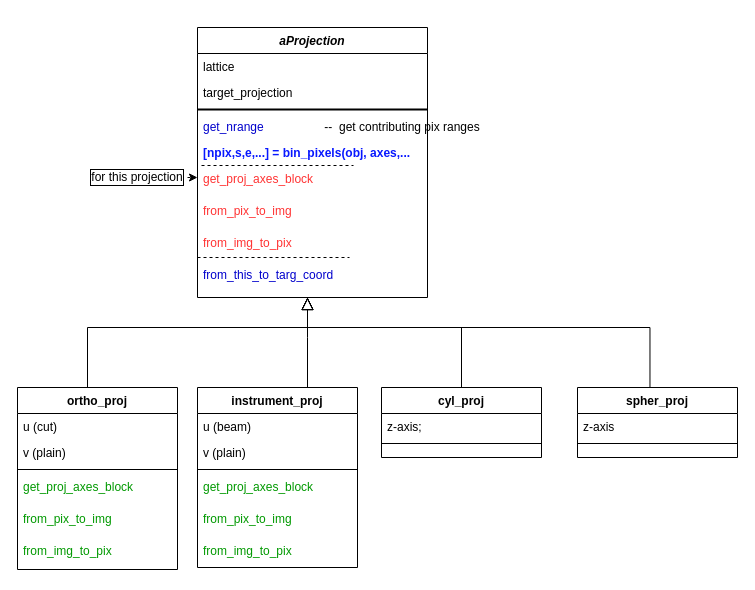
Before: page "Projection" (3 of 9) of documentation/diagrams/sqw-dnd_new.drawio in pace-neutrons/Horace, a draw.io diagram. Source tidied: cells renumbered, new cells numbered last; positions are measured from the earlier drawing's top-left corner, leaving out a move shared by most shapes. Both pictures are drawn from the tidied source at 100%, with x=0, y=0 at pixel (17, 27).
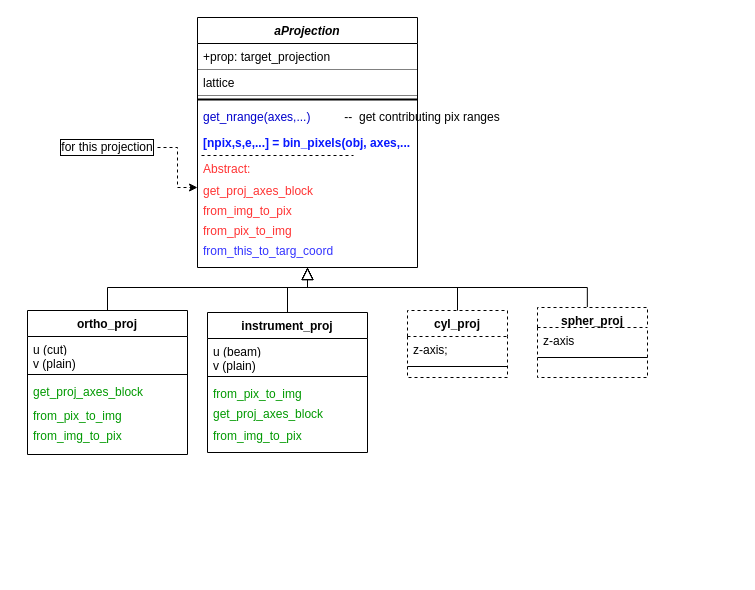
After the change.

Diff of the diagram source:
```diff
@@
     <mxCell id="2" value="aProjection" style="swimlane;fontStyle=3;align=center;verticalAlign=top;horizontal=1;startSize=26;rounded=0;shadow=0;strokeWidth=1;" parent="1" vertex="1">
-      <mxGeometry x="180" width="230" height="270" as="geometry" />
+      <mxGeometry x="180" y="-10" width="220" height="250" as="geometry" />
     </mxCell>
+    <mxCell id="4" value="+prop: target_projection" style="text;align=left;verticalAlign=top;spacingLeft=4;spacingRight=4;overflow=hidden;rounded=0;shadow=0;html=0;dashed=1;dashPattern=1 1;" parent="2" vertex="1">
+      <mxGeometry y="26" width="220" height="26" as="geometry" />
+    </mxCell>
-    <mxCell id="3" value="lattice" style="text;align=left;verticalAlign=top;spacingLeft=4;spacingRight=4;overflow=hidden;" parent="2" vertex="1">
-      <mxGeometry y="26" width="230" height="26" as="geometry" />
+    <mxCell id="3" value="lattice" style="text;align=left;verticalAlign=top;spacingLeft=4;spacingRight=4;overflow=hidden;strokeColor=#000000;dashed=1;dashPattern=1 1;" parent="2" vertex="1">
+      <mxGeometry y="52" width="220" height="26" as="geometry" />
     </mxCell>
-    <mxCell id="4" value="target_projection" style="text;align=left;verticalAlign=top;spacingLeft=4;spacingRight=4;overflow=hidden;rounded=0;shadow=0;html=0;" parent="2" vertex="1">
-      <mxGeometry y="52" width="230" height="26" as="geometry" />
-    </mxCell>
     <mxCell id="5" style="line;html=1;strokeWidth=2;align=left;verticalAlign=middle;spacingTop=-1;spacingLeft=3;spacingRight=3;labelPosition=right;" parent="2" vertex="1">
-      <mxGeometry y="78" width="230" height="8" as="geometry" />
+      <mxGeometry y="78" width="220" height="8" as="geometry" />
     </mxCell>
-    <mxCell id="6" value="get_nrange " style="text;align=left;verticalAlign=top;spacingLeft=4;spacingRight=4;overflow=hidden;fontStyle=0;fontColor=#0000CC;" parent="2" vertex="1">
-      <mxGeometry y="86" width="230" height="26" as="geometry" />
+    <mxCell id="6" value="get_nrange(axes,...)" style="text;align=left;verticalAlign=top;spacingLeft=4;spacingRight=4;overflow=hidden;fontStyle=0;fontColor=#0000CC;" parent="2" vertex="1">
+      <mxGeometry y="86" width="220" height="26" as="geometry" />
     </mxCell>
     <mxCell id="7" value="[npix,s,e,...] = bin_pixels(obj, axes,..." style="text;align=left;verticalAlign=top;spacingLeft=4;spacingRight=4;overflow=hidden;fontStyle=1;fontColor=#0818FF;" parent="2" vertex="1">
-      <mxGeometry y="112" width="230" height="26" as="geometry" />
+      <mxGeometry y="112" width="220" height="26" as="geometry" />
     </mxCell>
+    <mxCell id="9" value="Abstract: " style="text;align=left;verticalAlign=top;spacingLeft=4;spacingRight=4;overflow=hidden;points=[[0,0.5],[1,0.5]];portConstraint=eastwest;fontColor=#FF3333;" parent="2" vertex="1">
+      <mxGeometry y="138" width="220" height="22" as="geometry" />
+    </mxCell>
@@
-    <mxCell id="9" value="get_proj_axes_block" style="text;align=left;verticalAlign=top;spacingLeft=4;spacingRight=4;overflow=hidden;points=[[0,0.5],[1,0.5]];portConstraint=eastwest;fontColor=#FF3333;" parent="2" vertex="1">
-      <mxGeometry y="138" width="230" height="32" as="geometry" />
-    </mxCell>
+    <mxCell id="11" value="get_proj_axes_block" style="text;align=left;verticalAlign=top;spacingLeft=4;spacingRight=4;overflow=hidden;points=[[0,0.5],[1,0.5]];portConstraint=eastwest;fontColor=#FF3333;" parent="2" vertex="1">
+      <mxGeometry y="160" width="220" height="20" as="geometry" />
+    </mxCell>
-    <mxCell id="10" value="from_pix_to_img" style="text;align=left;verticalAlign=top;spacingLeft=4;spacingRight=4;overflow=hidden;fontColor=#FF3333;" parent="2" vertex="1">
-      <mxGeometry y="170" width="230" height="32" as="geometry" />
+    <mxCell id="10" value="from_img_to_pix" style="text;align=left;verticalAlign=top;spacingLeft=4;spacingRight=4;overflow=hidden;fontColor=#FF3333;" parent="2" vertex="1">
+      <mxGeometry y="180" width="220" height="20" as="geometry" />
     </mxCell>
-    <mxCell id="11" value="from_img_to_pix" style="text;align=left;verticalAlign=top;spacingLeft=4;spacingRight=4;overflow=hidden;points=[[0,0.5],[1,0.5]];portConstraint=eastwest;fontColor=#FF3333;" parent="2" vertex="1">
-      <mxGeometry y="202" width="230" height="32" as="geometry" />
-    </mxCell>
-    <mxCell id="12" style="endArrow=none;html=1;exitX=0.006;exitY=-0.031;exitDx=0;exitDy=0;exitPerimeter=0;entryX=0.956;entryY=-0.031;entryDx=0;entryDy=0;entryPerimeter=0;dashed=1;" parent="2" edge="1">
-      <mxGeometry relative="1" as="geometry">
-        <mxPoint y="230" as="sourcePoint" />
-        <mxPoint x="152" y="230" as="targetPoint" />
-      </mxGeometry>
-    </mxCell>
-    <mxCell id="13" value="from_this_to_targ_coord" style="text;align=left;verticalAlign=top;spacingLeft=4;spacingRight=4;overflow=hidden;fontColor=#0000CC;" parent="2" vertex="1">
-      <mxGeometry y="234" width="230" height="32" as="geometry" />
-    </mxCell>
-    <mxCell id="14" style="endArrow=block;endSize=10;endFill=0;shadow=0;strokeWidth=1;rounded=0;edgeStyle=elbowEdgeStyle;elbow=vertical;" parent="1" edge="1">
+    <mxCell id="14" style="endArrow=block;endSize=10;endFill=0;shadow=0;strokeWidth=1;rounded=0;edgeStyle=elbowEdgeStyle;elbow=vertical;" parent="1" edge="1" source="29">
       <mxGeometry relative="1" as="geometry">
-        <mxPoint x="70" y="360" as="sourcePoint" />
-        <mxPoint x="290" y="270" as="targetPoint" />
+        <mxPoint x="290" y="240" as="targetPoint" />
         <Array as="points">
-          <mxPoint x="295" y="300" />
+          <mxPoint x="180" y="260" />
           <mxPoint x="180" y="310" />
         </Array>
       </mxGeometry>
     </mxCell>
     <mxCell id="15" value="instrument_proj" style="swimlane;fontStyle=1;align=center;verticalAlign=top;horizontal=1;startSize=26;rounded=0;shadow=0;strokeWidth=1;" parent="1" vertex="1">
-      <mxGeometry x="180" y="360" width="160" height="180" as="geometry" />
+      <mxGeometry x="190" y="285" width="160" height="140" as="geometry" />
     </mxCell>
     <mxCell id="16" value="u (beam)" style="text;align=left;verticalAlign=top;spacingLeft=4;spacingRight=4;overflow=hidden;" parent="15" vertex="1">
-      <mxGeometry y="26" width="160" height="26" as="geometry" />
+      <mxGeometry y="26" width="160" height="14" as="geometry" />
     </mxCell>
     <mxCell id="17" value="v (plain)" style="text;align=left;verticalAlign=top;spacingLeft=4;spacingRight=4;overflow=hidden;" parent="15" vertex="1">
-      <mxGeometry y="52" width="160" height="26" as="geometry" />
+      <mxGeometry y="40" width="160" height="20" as="geometry" />
     </mxCell>
     <mxCell id="18" style="line;html=1;strokeWidth=1;align=left;verticalAlign=middle;spacingTop=-1;spacingLeft=3;spacingRight=3;labelPosition=right;" parent="15" vertex="1">
-      <mxGeometry y="78" width="160" height="8" as="geometry" />
+      <mxGeometry y="60" width="160" height="8" as="geometry" />
     </mxCell>
+    <mxCell id="20" value="from_pix_to_img" style="text;align=left;verticalAlign=top;spacingLeft=4;spacingRight=4;overflow=hidden;fontColor=#009900;" parent="15" vertex="1">
+      <mxGeometry y="68" width="160" height="20" as="geometry" />
+    </mxCell>
     <mxCell id="19" value="get_proj_axes_block" style="text;align=left;verticalAlign=top;spacingLeft=4;spacingRight=4;overflow=hidden;fontColor=#009900;" parent="15" vertex="1">
-      <mxGeometry y="86" width="160" height="32" as="geometry" />
+      <mxGeometry y="88" width="160" height="22" as="geometry" />
     </mxCell>
-    <mxCell id="20" value="from_pix_to_img" style="text;align=left;verticalAlign=top;spacingLeft=4;spacingRight=4;overflow=hidden;fontColor=#009900;" parent="15" vertex="1">
-      <mxGeometry y="118" width="160" height="32" as="geometry" />
-    </mxCell>
     <mxCell id="21" value="from_img_to_pix" style="text;align=left;verticalAlign=top;spacingLeft=4;spacingRight=4;overflow=hidden;fontColor=#009900;" parent="15" vertex="1">
-      <mxGeometry y="150" width="160" height="30" as="geometry" />
+      <mxGeometry y="110" width="160" height="20" as="geometry" />
     </mxCell>
-    <mxCell id="22" style="endArrow=block;endSize=10;endFill=0;shadow=0;strokeWidth=1;rounded=0;edgeStyle=elbowEdgeStyle;elbow=vertical;" parent="1" edge="1" source="15" target="2">
+    <mxCell id="22" style="endArrow=block;endSize=10;endFill=0;shadow=0;strokeWidth=1;rounded=0;edgeStyle=elbowEdgeStyle;elbow=vertical;exitX=0.5;exitY=0;exitDx=0;exitDy=0;" parent="1" edge="1" source="15" target="2">
       <mxGeometry relative="1" as="geometry">
         <Array as="points">
-          <mxPoint x="290" y="310" />
+          <mxPoint x="290" y="260" />
         </Array>
       </mxGeometry>
     </mxCell>
-    <mxCell id="23" value="cyl_proj" style="swimlane;fontStyle=1;align=center;verticalAlign=top;horizontal=1;startSize=26;rounded=0;shadow=0;strokeWidth=1;" parent="1" vertex="1">
-      <mxGeometry x="364" y="360" width="160" height="70" as="geometry" />
+    <mxCell id="23" value="cyl_proj" style="swimlane;fontStyle=1;align=center;verticalAlign=top;horizontal=1;startSize=26;rounded=0;shadow=0;strokeWidth=1;dashed=1;" parent="1" vertex="1">
+      <mxGeometry x="390" y="283" width="100" height="67" as="geometry" />
     </mxCell>
     <mxCell id="24" value="z-axis;" style="text;align=left;verticalAlign=top;spacingLeft=4;spacingRight=4;overflow=hidden;" parent="23" vertex="1">
-      <mxGeometry y="26" width="160" height="26" as="geometry" />
+      <mxGeometry y="26" width="100" height="26" as="geometry" />
     </mxCell>
     <mxCell id="25" style="line;html=1;strokeWidth=1;align=left;verticalAlign=middle;spacingTop=-1;spacingLeft=3;spacingRight=3;labelPosition=right;" parent="23" vertex="1">
-      <mxGeometry y="52" width="160" height="8" as="geometry" />
+      <mxGeometry y="52" width="100" height="8" as="geometry" />
     </mxCell>
-    <mxCell id="26" value="spher_proj" style="swimlane;fontStyle=1;align=center;verticalAlign=top;horizontal=1;startSize=26;rounded=0;shadow=0;strokeWidth=1;" parent="1" vertex="1">
-      <mxGeometry x="560" y="360" width="160" height="70" as="geometry" />
+    <mxCell id="26" value="spher_proj" style="swimlane;fontStyle=1;align=center;verticalAlign=top;horizontal=1;startSize=20;rounded=0;shadow=0;strokeWidth=1;dashed=1;" parent="1" vertex="1">
+      <mxGeometry x="520" y="280" width="110" height="70" as="geometry" />
     </mxCell>
     <mxCell id="27" value="z-axis" style="text;align=left;verticalAlign=top;spacingLeft=4;spacingRight=4;overflow=hidden;" parent="26" vertex="1">
-      <mxGeometry y="26" width="160" height="26" as="geometry" />
+      <mxGeometry y="20" width="110" height="26" as="geometry" />
     </mxCell>
     <mxCell id="28" style="line;html=1;strokeWidth=1;align=left;verticalAlign=middle;spacingTop=-1;spacingLeft=3;spacingRight=3;labelPosition=right;" parent="26" vertex="1">
-      <mxGeometry y="52" width="160" height="8" as="geometry" />
+      <mxGeometry y="46" width="110" height="8" as="geometry" />
     </mxCell>
     <mxCell id="29" value="ortho_proj" style="swimlane;fontStyle=1;align=center;verticalAlign=top;horizontal=1;startSize=26;rounded=0;shadow=0;strokeWidth=1;" parent="1" vertex="1">
-      <mxGeometry y="360" width="160" height="182" as="geometry" />
+      <mxGeometry x="10" y="283" width="160" height="144" as="geometry" />
     </mxCell>
     <mxCell id="30" value="u (cut)" style="text;align=left;verticalAlign=top;spacingLeft=4;spacingRight=4;overflow=hidden;" parent="29" vertex="1">
-      <mxGeometry y="26" width="160" height="26" as="geometry" />
+      <mxGeometry y="26" width="160" height="14" as="geometry" />
     </mxCell>
     <mxCell id="31" value="v (plain)" style="text;align=left;verticalAlign=top;spacingLeft=4;spacingRight=4;overflow=hidden;" parent="29" vertex="1">
-      <mxGeometry y="52" width="160" height="26" as="geometry" />
+      <mxGeometry y="40" width="160" height="20" as="geometry" />
     </mxCell>
     <mxCell id="32" style="line;html=1;strokeWidth=1;align=left;verticalAlign=middle;spacingTop=-1;spacingLeft=3;spacingRight=3;labelPosition=right;" parent="29" vertex="1">
-      <mxGeometry y="78" width="160" height="8" as="geometry" />
+      <mxGeometry y="60" width="160" height="8" as="geometry" />
     </mxCell>
     <mxCell id="33" value="get_proj_axes_block" style="text;align=left;verticalAlign=top;spacingLeft=4;spacingRight=4;overflow=hidden;fontColor=#009900;" parent="29" vertex="1">
-      <mxGeometry y="86" width="160" height="32" as="geometry" />
+      <mxGeometry y="68" width="160" height="24" as="geometry" />
     </mxCell>
     <mxCell id="34" value="from_pix_to_img" style="text;align=left;verticalAlign=top;spacingLeft=4;spacingRight=4;overflow=hidden;fontColor=#009900;" parent="29" vertex="1">
-      <mxGeometry y="118" width="160" height="32" as="geometry" />
+      <mxGeometry y="92" width="160" height="20" as="geometry" />
     </mxCell>
     <mxCell id="35" value="from_img_to_pix" style="text;align=left;verticalAlign=top;spacingLeft=4;spacingRight=4;overflow=hidden;fontColor=#009900;" parent="29" vertex="1">
-      <mxGeometry y="150" width="160" height="32" as="geometry" />
+      <mxGeometry y="112" width="160" height="32" as="geometry" />
     </mxCell>
     <mxCell id="36" style="endArrow=block;endSize=10;endFill=0;shadow=0;strokeWidth=1;rounded=0;edgeStyle=elbowEdgeStyle;elbow=vertical;exitX=0.5;exitY=0;exitDx=0;exitDy=0;" parent="1" edge="1" source="23">
       <mxGeometry relative="1" as="geometry">
-        <mxPoint x="290" y="270" as="targetPoint" />
+        <mxPoint x="290" y="240" as="targetPoint" />
         <Array as="points">
+          <mxPoint x="400" y="260" />
           <mxPoint x="310" y="300" />
           <mxPoint x="370" y="310" />
         </Array>
       </mxGeometry>
     </mxCell>
     <mxCell id="37" style="endArrow=block;endSize=10;endFill=0;shadow=0;strokeWidth=1;rounded=0;edgeStyle=elbowEdgeStyle;elbow=vertical;exitX=0.453;exitY=-0.007;exitDx=0;exitDy=0;exitPerimeter=0;" parent="1" edge="1" source="26">
       <mxGeometry relative="1" as="geometry">
-        <mxPoint x="290" y="270" as="targetPoint" />
+        <mxPoint x="290" y="240" as="targetPoint" />
         <Array as="points">
-          <mxPoint x="460" y="300" />
+          <mxPoint x="420" y="260" />
           <mxPoint x="290" y="290" />
           <mxPoint x="460" y="300" />
           <mxPoint x="290" y="290" />
           <mxPoint x="310" y="300" />
         </Array>
       </mxGeometry>
     </mxCell>
-    <mxCell id="38" style="edgeStyle=orthogonalEdgeStyle;rounded=0;jettySize=auto;html=1;exitX=1;exitY=0.5;exitDx=0;exitDy=0;entryX=0;entryY=0.371;entryDx=0;entryDy=0;entryPerimeter=0;dashed=1;fontColor=#000000;" parent="1" edge="1" source="39" target="9">
+    <mxCell id="38" style="edgeStyle=orthogonalEdgeStyle;rounded=0;jettySize=auto;html=1;exitX=1;exitY=0.5;exitDx=0;exitDy=0;entryX=0;entryY=0.5;entryDx=0;entryDy=0;dashed=1;fontColor=#000000;" parent="1" edge="1" source="39" target="11">
       <mxGeometry relative="1" as="geometry" />
     </mxCell>
     <mxCell id="39" value="for this projection" style="text;html=1;strokeColor=none;fillColor=none;align=center;verticalAlign=middle;whiteSpace=wrap;rounded=0;labelBorderColor=#000000;" parent="1" vertex="1">
-      <mxGeometry x="70" y="140" width="100" height="20" as="geometry" />
+      <mxGeometry x="40" y="110" width="100" height="20" as="geometry" />
     </mxCell>
     <mxCell id="40" value="&lt;span style=&quot;color: rgb(0 , 0 , 0) ; font-family: &amp;#34;helvetica&amp;#34; ; text-align: left&quot;&gt;--&amp;nbsp;&amp;nbsp;&lt;/span&gt;&lt;span style=&quot;color: rgb(0 , 0 , 0) ; font-family: &amp;#34;helvetica&amp;#34; ; text-align: left&quot;&gt;get contributing pix ranges&lt;/span&gt;" style="text;html=1;strokeColor=none;fillColor=none;align=center;verticalAlign=middle;whiteSpace=wrap;rounded=0;fontColor=#1605FF;" parent="1" vertex="1">
-      <mxGeometry x="300" y="90" width="170" height="20" as="geometry" />
+      <mxGeometry x="320" y="80" width="170" height="20" as="geometry" />
     </mxCell>
+    <mxCell id="41" value="from_pix_to_img" style="text;align=left;verticalAlign=top;spacingLeft=4;spacingRight=4;overflow=hidden;fontColor=#FF3333;" parent="1" vertex="1">
+      <mxGeometry x="180" y="190" width="230" height="20" as="geometry" />
+    </mxCell>
+    <mxCell id="13" value="from_this_to_targ_coord" style="text;align=left;verticalAlign=top;spacingLeft=4;spacingRight=4;overflow=hidden;fontColor=#3333FF;" parent="1" vertex="1">
+      <mxGeometry x="180" y="210" width="230" height="21" as="geometry" />
+    </mxCell>
```
